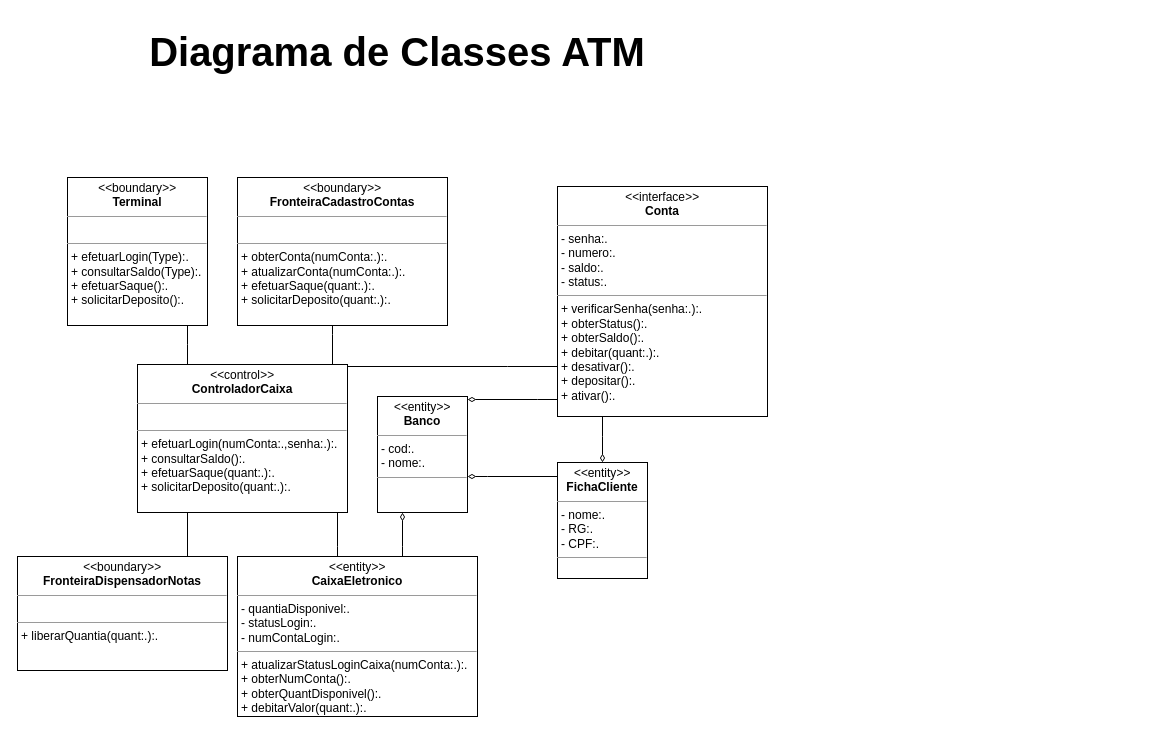
JorgeEduardoFOS/lista2MC426 keeps this draw.io diagram as ATM_Factory.drawio. Above is the earlier version. Source tidied: cells renumbered, new cells numbered last; positions are measured from the earlier drawing's top-left corner, leaving out a move shared by most shapes. Both pictures are drawn from the tidied source at 100%, with x=0, y=0 at pixel (17, 17).
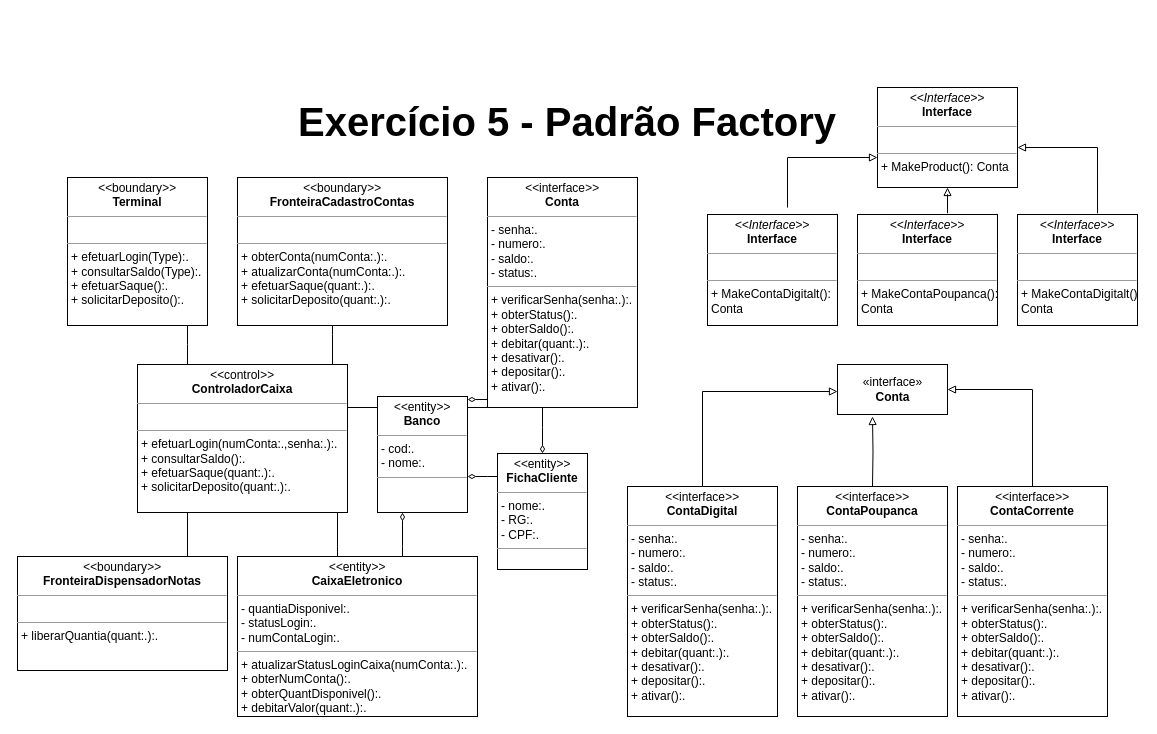
Above is the later version.

Change to the diagram source:
```diff
@@
     <mxCell id="15" style="edgeStyle=orthogonalEdgeStyle;rounded=0;jumpSize=6;jettySize=auto;html=1;startArrow=none;startFill=0;endArrow=diamondThin;endFill=0;startSize=0;sourcePerimeterSpacing=0;strokeWidth=1;" parent="1" edge="1" source="16" target="18">
       <mxGeometry relative="1" as="geometry">
         <Array as="points">
-          <mxPoint x="585" y="419" />
-          <mxPoint x="585" y="419" />
+          <mxPoint x="525" y="410" />
+          <mxPoint x="525" y="410" />
         </Array>
       </mxGeometry>
     </mxCell>
+    <mxCell id="20" style="edgeStyle=orthogonalEdgeStyle;rounded=0;jettySize=auto;html=1;startArrow=block;startFill=0;endArrow=none;endFill=0;exitX=0;exitY=0.75;exitDx=0;exitDy=0;" parent="1" edge="1" target="27">
+      <mxGeometry relative="1" as="geometry">
+        <mxPoint x="820" y="374" as="sourcePoint" />
+        <Array as="points">
+          <mxPoint x="685" y="374" />
+        </Array>
+      </mxGeometry>
+    </mxCell>
+    <mxCell id="21" style="edgeStyle=orthogonalEdgeStyle;rounded=0;jettySize=auto;html=1;startArrow=block;startFill=0;endArrow=none;endFill=0;exitX=0.25;exitY=1;exitDx=0;exitDy=0;" parent="1" edge="1" target="28">
+      <mxGeometry relative="1" as="geometry">
+        <mxPoint x="855" y="399" as="sourcePoint" />
+      </mxGeometry>
+    </mxCell>
     <mxCell id="16" value="&lt;p style=&quot;margin:0px;margin-top:4px;text-align:center;&quot;&gt;&lt;i&gt;&amp;lt;&amp;lt;&lt;/i&gt;interface&lt;i&gt;&amp;gt;&amp;gt;&lt;/i&gt;&lt;br&gt;&lt;b&gt;Conta&lt;/b&gt;&lt;/p&gt;&lt;hr size=&quot;1&quot;&gt;&lt;p style=&quot;margin:0px;margin-left:4px;&quot;&gt;- senha:.&lt;/p&gt;&lt;p style=&quot;margin:0px;margin-left:4px;&quot;&gt;- numero:.&lt;/p&gt;&lt;p style=&quot;margin:0px;margin-left:4px;&quot;&gt;- saldo:.&lt;/p&gt;&lt;p style=&quot;margin:0px;margin-left:4px;&quot;&gt;- status:.&lt;/p&gt;&lt;hr size=&quot;1&quot;&gt;&lt;p style=&quot;margin:0px;margin-left:4px;&quot;&gt;+ verificarSenha(senha:.):.&lt;br&gt;+ obterStatus():.&lt;/p&gt;&lt;p style=&quot;margin:0px;margin-left:4px;&quot;&gt;+ obterSaldo():.&lt;/p&gt;&lt;p style=&quot;margin:0px;margin-left:4px;&quot;&gt;+ debitar(quant:.):.&lt;/p&gt;&lt;p style=&quot;margin:0px;margin-left:4px;&quot;&gt;+ desativar():.&lt;/p&gt;&lt;p style=&quot;margin:0px;margin-left:4px;&quot;&gt;+ depositar():.&lt;/p&gt;&lt;p style=&quot;margin:0px;margin-left:4px;&quot;&gt;+ ativar():.&lt;/p&gt;" style="verticalAlign=top;align=left;overflow=fill;fontSize=12;fontFamily=Helvetica;html=1;" parent="1" vertex="1">
-      <mxGeometry x="540" y="169" width="210" height="230" as="geometry" />
+      <mxGeometry x="470" y="160" width="150" height="230" as="geometry" />
     </mxCell>
@@
     <mxCell id="18" value="&lt;p style=&quot;margin:0px;margin-top:4px;text-align:center;&quot;&gt;&lt;i&gt;&amp;lt;&amp;lt;&lt;/i&gt;entity&lt;i&gt;&amp;gt;&amp;gt;&lt;/i&gt;&lt;br&gt;&lt;b&gt;FichaCliente&lt;/b&gt;&lt;/p&gt;&lt;hr size=&quot;1&quot;&gt;&lt;p style=&quot;margin:0px;margin-left:4px;&quot;&gt;- nome:.&lt;/p&gt;&lt;p style=&quot;margin:0px;margin-left:4px;&quot;&gt;- RG:.&lt;br&gt;&lt;/p&gt;&lt;p style=&quot;margin:0px;margin-left:4px;&quot;&gt;- CPF:.&lt;/p&gt;&lt;hr size=&quot;1&quot;&gt;&lt;p style=&quot;margin:0px;margin-left:4px;&quot;&gt;&lt;br&gt;&lt;/p&gt;" style="verticalAlign=top;align=left;overflow=fill;fontSize=12;fontFamily=Helvetica;html=1;" parent="1" vertex="1">
-      <mxGeometry x="540" y="445" width="90" height="116" as="geometry" />
+      <mxGeometry x="480" y="436" width="90" height="116" as="geometry" />
     </mxCell>
-    <mxCell id="19" value="Diagrama de Classes ATM" style="text;align=center;fontStyle=1;verticalAlign=middle;spacingLeft=3;spacingRight=3;strokeColor=none;fontSize=40;labelBorderColor=none;fillColor=none;strokeWidth=0;" parent="1" vertex="1">
-      <mxGeometry x="120" width="520" height="60" as="geometry" />
+    <mxCell id="19" value="Exercício 5 - Padrão Factory" style="text;align=center;fontStyle=1;verticalAlign=middle;spacingLeft=3;spacingRight=3;strokeColor=none;fontSize=40;labelBorderColor=none;fillColor=none;strokeWidth=0;" parent="1" vertex="1">
+      <mxGeometry x="290" y="70" width="520" height="60" as="geometry" />
     </mxCell>
+    <mxCell id="22" style="edgeStyle=orthogonalEdgeStyle;rounded=0;jettySize=auto;html=1;startArrow=block;startFill=0;endArrow=none;endFill=0;entryX=0.5;entryY=0;entryDx=0;entryDy=0;exitX=1;exitY=0.5;exitDx=0;exitDy=0;" parent="1" edge="1" source="33" target="29">
+      <mxGeometry relative="1" as="geometry" />
+    </mxCell>
+    <mxCell id="23" style="edgeStyle=orthogonalEdgeStyle;rounded=0;jettySize=auto;html=1;startArrow=block;startFill=0;endArrow=none;endFill=0;" parent="1" edge="1" source="26">
+      <mxGeometry relative="1" as="geometry">
+        <mxPoint x="770" y="190" as="targetPoint" />
+        <Array as="points">
+          <mxPoint x="770" y="140" />
+        </Array>
+      </mxGeometry>
+    </mxCell>
+    <mxCell id="24" style="edgeStyle=orthogonalEdgeStyle;rounded=0;jettySize=auto;html=1;entryX=0.643;entryY=-0.012;entryDx=0;entryDy=0;entryPerimeter=0;startArrow=block;startFill=0;endArrow=none;endFill=0;" parent="1" edge="1" source="26" target="31">
+      <mxGeometry relative="1" as="geometry" />
+    </mxCell>
+    <mxCell id="25" style="edgeStyle=orthogonalEdgeStyle;rounded=0;jettySize=auto;html=1;entryX=0.667;entryY=-0.01;entryDx=0;entryDy=0;entryPerimeter=0;startArrow=block;startFill=0;endArrow=none;endFill=0;" parent="1" edge="1" source="26" target="32">
+      <mxGeometry relative="1" as="geometry">
+        <Array as="points">
+          <mxPoint x="1080" y="130" />
+        </Array>
+      </mxGeometry>
+    </mxCell>
+    <mxCell id="26" value="&lt;p style=&quot;margin:0px;margin-top:4px;text-align:center;&quot;&gt;&lt;i&gt;&amp;lt;&amp;lt;Interface&amp;gt;&amp;gt;&lt;/i&gt;&lt;br&gt;&lt;b&gt;Interface&lt;/b&gt;&lt;/p&gt;&lt;hr size=&quot;1&quot;&gt;&lt;p style=&quot;margin:0px;margin-left:4px;&quot;&gt;&lt;br&gt;&lt;/p&gt;&lt;hr size=&quot;1&quot;&gt;&lt;p style=&quot;margin:0px;margin-left:4px;&quot;&gt;+ MakeProduct(): Conta&lt;/p&gt;" style="verticalAlign=top;align=left;overflow=fill;fontSize=12;fontFamily=Helvetica;html=1;" parent="1" vertex="1">
+      <mxGeometry x="860" y="70" width="140" height="100" as="geometry" />
+    </mxCell>
+    <mxCell id="27" value="&lt;p style=&quot;margin:0px;margin-top:4px;text-align:center;&quot;&gt;&lt;i&gt;&amp;lt;&amp;lt;&lt;/i&gt;interface&lt;i&gt;&amp;gt;&amp;gt;&lt;/i&gt;&lt;br&gt;&lt;b&gt;ContaDigital&lt;/b&gt;&lt;/p&gt;&lt;hr size=&quot;1&quot;&gt;&lt;p style=&quot;margin:0px;margin-left:4px;&quot;&gt;- senha:.&lt;/p&gt;&lt;p style=&quot;margin:0px;margin-left:4px;&quot;&gt;- numero:.&lt;/p&gt;&lt;p style=&quot;margin:0px;margin-left:4px;&quot;&gt;- saldo:.&lt;/p&gt;&lt;p style=&quot;margin:0px;margin-left:4px;&quot;&gt;- status:.&lt;/p&gt;&lt;hr size=&quot;1&quot;&gt;&lt;p style=&quot;margin:0px;margin-left:4px;&quot;&gt;+ verificarSenha(senha:.):.&lt;br&gt;+ obterStatus():.&lt;/p&gt;&lt;p style=&quot;margin:0px;margin-left:4px;&quot;&gt;+ obterSaldo():.&lt;/p&gt;&lt;p style=&quot;margin:0px;margin-left:4px;&quot;&gt;+ debitar(quant:.):.&lt;/p&gt;&lt;p style=&quot;margin:0px;margin-left:4px;&quot;&gt;+ desativar():.&lt;/p&gt;&lt;p style=&quot;margin:0px;margin-left:4px;&quot;&gt;+ depositar():.&lt;/p&gt;&lt;p style=&quot;margin:0px;margin-left:4px;&quot;&gt;+ ativar():.&lt;/p&gt;" style="verticalAlign=top;align=left;overflow=fill;fontSize=12;fontFamily=Helvetica;html=1;" parent="1" vertex="1">
+      <mxGeometry x="610" y="469" width="150" height="230" as="geometry" />
+    </mxCell>
+    <mxCell id="28" value="&lt;p style=&quot;margin:0px;margin-top:4px;text-align:center;&quot;&gt;&lt;i&gt;&amp;lt;&amp;lt;&lt;/i&gt;interface&lt;i&gt;&amp;gt;&amp;gt;&lt;/i&gt;&lt;br&gt;&lt;b&gt;ContaPoupanca&lt;/b&gt;&lt;/p&gt;&lt;hr size=&quot;1&quot;&gt;&lt;p style=&quot;margin:0px;margin-left:4px;&quot;&gt;- senha:.&lt;/p&gt;&lt;p style=&quot;margin:0px;margin-left:4px;&quot;&gt;- numero:.&lt;/p&gt;&lt;p style=&quot;margin:0px;margin-left:4px;&quot;&gt;- saldo:.&lt;/p&gt;&lt;p style=&quot;margin:0px;margin-left:4px;&quot;&gt;- status:.&lt;/p&gt;&lt;hr size=&quot;1&quot;&gt;&lt;p style=&quot;margin:0px;margin-left:4px;&quot;&gt;+ verificarSenha(senha:.):.&lt;br&gt;+ obterStatus():.&lt;/p&gt;&lt;p style=&quot;margin:0px;margin-left:4px;&quot;&gt;+ obterSaldo():.&lt;/p&gt;&lt;p style=&quot;margin:0px;margin-left:4px;&quot;&gt;+ debitar(quant:.):.&lt;/p&gt;&lt;p style=&quot;margin:0px;margin-left:4px;&quot;&gt;+ desativar():.&lt;/p&gt;&lt;p style=&quot;margin:0px;margin-left:4px;&quot;&gt;+ depositar():.&lt;/p&gt;&lt;p style=&quot;margin:0px;margin-left:4px;&quot;&gt;+ ativar():.&lt;/p&gt;" style="verticalAlign=top;align=left;overflow=fill;fontSize=12;fontFamily=Helvetica;html=1;" parent="1" vertex="1">
+      <mxGeometry x="780" y="469" width="150" height="230" as="geometry" />
+    </mxCell>
+    <mxCell id="29" value="&lt;p style=&quot;margin:0px;margin-top:4px;text-align:center;&quot;&gt;&lt;i&gt;&amp;lt;&amp;lt;&lt;/i&gt;interface&lt;i&gt;&amp;gt;&amp;gt;&lt;/i&gt;&lt;br&gt;&lt;b&gt;ContaCorrente&lt;/b&gt;&lt;/p&gt;&lt;hr size=&quot;1&quot;&gt;&lt;p style=&quot;margin:0px;margin-left:4px;&quot;&gt;- senha:.&lt;/p&gt;&lt;p style=&quot;margin:0px;margin-left:4px;&quot;&gt;- numero:.&lt;/p&gt;&lt;p style=&quot;margin:0px;margin-left:4px;&quot;&gt;- saldo:.&lt;/p&gt;&lt;p style=&quot;margin:0px;margin-left:4px;&quot;&gt;- status:.&lt;/p&gt;&lt;hr size=&quot;1&quot;&gt;&lt;p style=&quot;margin:0px;margin-left:4px;&quot;&gt;+ verificarSenha(senha:.):.&lt;br&gt;+ obterStatus():.&lt;/p&gt;&lt;p style=&quot;margin:0px;margin-left:4px;&quot;&gt;+ obterSaldo():.&lt;/p&gt;&lt;p style=&quot;margin:0px;margin-left:4px;&quot;&gt;+ debitar(quant:.):.&lt;/p&gt;&lt;p style=&quot;margin:0px;margin-left:4px;&quot;&gt;+ desativar():.&lt;/p&gt;&lt;p style=&quot;margin:0px;margin-left:4px;&quot;&gt;+ depositar():.&lt;/p&gt;&lt;p style=&quot;margin:0px;margin-left:4px;&quot;&gt;+ ativar():.&lt;/p&gt;" style="verticalAlign=top;align=left;overflow=fill;fontSize=12;fontFamily=Helvetica;html=1;" parent="1" vertex="1">
+      <mxGeometry x="940" y="469" width="150" height="230" as="geometry" />
+    </mxCell>
+    <mxCell id="30" value="&lt;p style=&quot;margin:0px;margin-top:4px;text-align:center;&quot;&gt;&lt;i&gt;&amp;lt;&amp;lt;Interface&amp;gt;&amp;gt;&lt;/i&gt;&lt;br&gt;&lt;b&gt;Interface&lt;/b&gt;&lt;/p&gt;&lt;hr size=&quot;1&quot;&gt;&lt;p style=&quot;margin:0px;margin-left:4px;&quot;&gt;&lt;br&gt;&lt;/p&gt;&lt;hr size=&quot;1&quot;&gt;&lt;p style=&quot;margin:0px;margin-left:4px;&quot;&gt;+ MakeContaDigitalt():&lt;/p&gt;&lt;p style=&quot;margin:0px;margin-left:4px;&quot;&gt;Conta&lt;/p&gt;" style="verticalAlign=top;align=left;overflow=fill;fontSize=12;fontFamily=Helvetica;html=1;" parent="1" vertex="1">
+      <mxGeometry x="690" y="197" width="130" height="111" as="geometry" />
+    </mxCell>
+    <mxCell id="31" value="&lt;p style=&quot;margin:0px;margin-top:4px;text-align:center;&quot;&gt;&lt;i&gt;&amp;lt;&amp;lt;Interface&amp;gt;&amp;gt;&lt;/i&gt;&lt;br&gt;&lt;b&gt;Interface&lt;/b&gt;&lt;/p&gt;&lt;hr size=&quot;1&quot;&gt;&lt;p style=&quot;margin:0px;margin-left:4px;&quot;&gt;&lt;br&gt;&lt;/p&gt;&lt;hr size=&quot;1&quot;&gt;&lt;p style=&quot;margin:0px;margin-left:4px;&quot;&gt;+ MakeContaPoupanca():&lt;/p&gt;&lt;p style=&quot;margin:0px;margin-left:4px;&quot;&gt;Conta&lt;/p&gt;" style="verticalAlign=top;align=left;overflow=fill;fontSize=12;fontFamily=Helvetica;html=1;" parent="1" vertex="1">
+      <mxGeometry x="840" y="197" width="140" height="111" as="geometry" />
+    </mxCell>
+    <mxCell id="32" value="&lt;p style=&quot;margin:0px;margin-top:4px;text-align:center;&quot;&gt;&lt;i&gt;&amp;lt;&amp;lt;Interface&amp;gt;&amp;gt;&lt;/i&gt;&lt;br&gt;&lt;b&gt;Interface&lt;/b&gt;&lt;/p&gt;&lt;hr size=&quot;1&quot;&gt;&lt;p style=&quot;margin:0px;margin-left:4px;&quot;&gt;&lt;br&gt;&lt;/p&gt;&lt;hr size=&quot;1&quot;&gt;&lt;p style=&quot;margin:0px;margin-left:4px;&quot;&gt;+ MakeContaDigitalt():&lt;/p&gt;&lt;p style=&quot;margin:0px;margin-left:4px;&quot;&gt;Conta&lt;/p&gt;" style="verticalAlign=top;align=left;overflow=fill;fontSize=12;fontFamily=Helvetica;html=1;" parent="1" vertex="1">
+      <mxGeometry x="1000" y="197" width="120" height="111" as="geometry" />
+    </mxCell>
+    <mxCell id="33" value="«interface»&lt;br&gt;&lt;b&gt;Conta&lt;/b&gt;" style="html=1;" parent="1" vertex="1">
+      <mxGeometry x="820" y="347" width="110" height="50" as="geometry" />
+    </mxCell>
```
